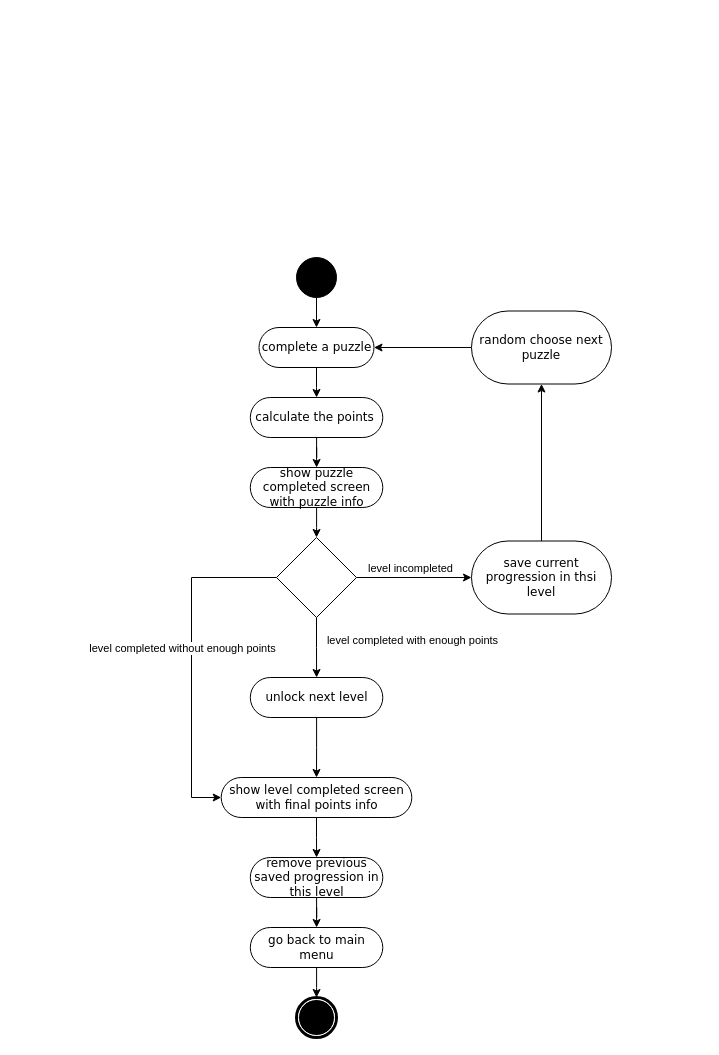
Before: play process.drawio in maxinimize/uml, a draw.io diagram. Source tidied: cells renumbered, new cells numbered last; positions are measured from the earlier drawing's top-left corner, leaving out a move shared by most shapes. Both pictures are drawn from the tidied source at 100%, with x=0, y=0 at pixel (191, 257).
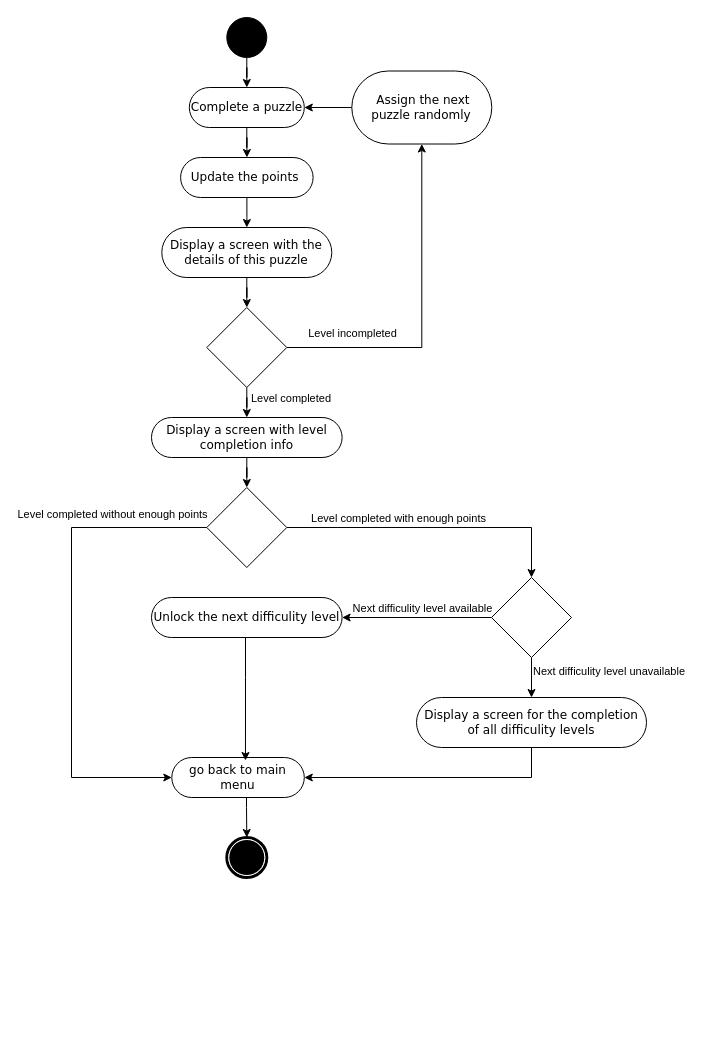
After the change.

The edit, as a diff of the source:
```diff
@@
-    <mxCell id="3" value="calculate the points&amp;nbsp;" style="rounded=1;whiteSpace=wrap;html=1;shadow=0;comic=0;labelBackgroundColor=none;strokeWidth=1;fontFamily=Verdana;fontSize=12;align=center;arcSize=50;" parent="1" vertex="1">
-      <mxGeometry x="58.8" y="140" width="132.5" height="40" as="geometry" />
+    <mxCell id="3" value="Update the points&amp;nbsp;" style="rounded=1;whiteSpace=wrap;html=1;shadow=0;comic=0;labelBackgroundColor=none;strokeWidth=1;fontFamily=Verdana;fontSize=12;align=center;arcSize=50;" parent="1" vertex="1">
+      <mxGeometry x="-10.9" y="-100" width="132.5" height="40" as="geometry" />
     </mxCell>
@@
     <mxCell id="5" style="ellipse;whiteSpace=wrap;html=1;rounded=0;shadow=0;comic=0;labelBackgroundColor=none;strokeWidth=1;fillColor=#000000;fontFamily=Verdana;fontSize=12;align=center;" parent="1" vertex="1">
-      <mxGeometry x="105" width="40" height="40" as="geometry" />
+      <mxGeometry x="35.3" y="-240" width="40" height="40" as="geometry" />
     </mxCell>
     <mxCell id="6" style="shape=mxgraph.bpmn.shape;html=1;verticalLabelPosition=bottom;labelBackgroundColor=#ffffff;verticalAlign=top;perimeter=ellipsePerimeter;outline=end;symbol=terminate;rounded=0;shadow=0;comic=0;strokeWidth=1;fontFamily=Verdana;fontSize=12;align=center;" parent="1" vertex="1">
-      <mxGeometry x="105" y="740" width="40" height="40" as="geometry" />
+      <mxGeometry x="35.3" y="580" width="40" height="40" as="geometry" />
     </mxCell>
@@
-    <mxCell id="8" value="complete a puzzle" style="rounded=1;whiteSpace=wrap;html=1;shadow=0;comic=0;labelBackgroundColor=none;strokeWidth=1;fontFamily=Verdana;fontSize=12;align=center;arcSize=50;" parent="1" vertex="1">
-      <mxGeometry x="67.5" y="70" width="115" height="40" as="geometry" />
+    <mxCell id="8" value="Complete a puzzle" style="rounded=1;whiteSpace=wrap;html=1;shadow=0;comic=0;labelBackgroundColor=none;strokeWidth=1;fontFamily=Verdana;fontSize=12;align=center;arcSize=50;" parent="1" vertex="1">
+      <mxGeometry x="-2.2" y="-170" width="115" height="40" as="geometry" />
     </mxCell>
@@
-    <mxCell id="10" value="show puzzle completed screen with puzzle info" style="rounded=1;whiteSpace=wrap;html=1;shadow=0;comic=0;labelBackgroundColor=none;strokeWidth=1;fontFamily=Verdana;fontSize=12;align=center;arcSize=50;" parent="1" vertex="1">
-      <mxGeometry x="58.8" y="210" width="132.5" height="40" as="geometry" />
+    <mxCell id="10" value="Display a screen with the details of this puzzle" style="rounded=1;whiteSpace=wrap;html=1;shadow=0;comic=0;labelBackgroundColor=none;strokeWidth=1;fontFamily=Verdana;fontSize=12;align=center;arcSize=50;" parent="1" vertex="1">
+      <mxGeometry x="-29.7" y="-30" width="170" height="50" as="geometry" />
     </mxCell>
-    <mxCell id="11" style="edgeStyle=orthogonalEdgeStyle;rounded=0;jettySize=auto;html=1;" parent="1" edge="1" source="17" target="21">
+    <mxCell id="11" style="edgeStyle=orthogonalEdgeStyle;rounded=0;jettySize=auto;html=1;entryX=0.5;entryY=0;entryDx=0;entryDy=0;" parent="1" edge="1" source="17" target="19">
       <mxGeometry relative="1" as="geometry" />
     </mxCell>
-    <mxCell id="12" value="level completed with enough points" style="edgeLabel;html=1;align=center;verticalAlign=middle;" parent="11" vertex="1">
+    <mxCell id="12" value="Level completed&amp;nbsp;" style="edgeLabel;html=1;align=center;verticalAlign=middle;" parent="11" vertex="1">
       <mxGeometry x="-0.28" relative="1" as="geometry">
-        <mxPoint x="95" as="offset" />
+        <mxPoint x="45" y="-8" as="offset" />
       </mxGeometry>
     </mxCell>
-    <mxCell id="13" style="edgeStyle=orthogonalEdgeStyle;rounded=0;jettySize=auto;html=1;entryX=0;entryY=0.5;entryDx=0;entryDy=0;" parent="1" edge="1" source="17" target="19">
-      <mxGeometry relative="1" as="geometry">
-        <Array as="points">
-          <mxPoint y="320" />
-          <mxPoint y="540" />
-        </Array>
-      </mxGeometry>
-    </mxCell>
-    <mxCell id="14" value="level completed without enough points" style="edgeLabel;html=1;align=center;verticalAlign=middle;" parent="13" vertex="1">
-      <mxGeometry x="-0.15" y="-1" relative="1" as="geometry">
-        <mxPoint x="-9" y="13" as="offset" />
-      </mxGeometry>
-    </mxCell>
-    <mxCell id="15" style="edgeStyle=orthogonalEdgeStyle;rounded=0;jettySize=auto;html=1;" parent="1" edge="1" source="17" target="23">
+    <mxCell id="15" style="edgeStyle=orthogonalEdgeStyle;rounded=0;jettySize=auto;html=1;entryX=0.5;entryY=1;entryDx=0;entryDy=0;" parent="1" edge="1" source="17" target="25">
       <mxGeometry relative="1" as="geometry" />
     </mxCell>
-    <mxCell id="16" value="level incompleted" style="edgeLabel;html=1;align=center;verticalAlign=middle;" parent="15" vertex="1">
+    <mxCell id="16" value="Level incompleted" style="edgeLabel;html=1;align=center;verticalAlign=middle;" parent="15" vertex="1">
       <mxGeometry x="-0.07" y="1" relative="1" as="geometry">
-        <mxPoint y="-9" as="offset" />
+        <mxPoint x="-69" y="7" as="offset" />
       </mxGeometry>
     </mxCell>
     <mxCell id="17" style="rhombus;whiteSpace=wrap;html=1;" parent="1" vertex="1">
-      <mxGeometry x="85" y="280" width="80" height="80" as="geometry" />
+      <mxGeometry x="15.3" y="50" width="80" height="80" as="geometry" />
     </mxCell>
-    <mxCell id="18" style="edgeStyle=orthogonalEdgeStyle;rounded=0;jettySize=auto;html=1;" parent="1" edge="1" source="19" target="27">
-      <mxGeometry relative="1" as="geometry" />
-    </mxCell>
+    <mxCell id="30" style="edgeStyle=orthogonalEdgeStyle;rounded=0;jettySize=auto;html=1;" parent="1" edge="1" source="19" target="35">
+      <mxGeometry relative="1" as="geometry" />
+    </mxCell>
-    <mxCell id="19" value="show level completed screen with final points info" style="rounded=1;whiteSpace=wrap;html=1;shadow=0;comic=0;labelBackgroundColor=none;strokeWidth=1;fontFamily=Verdana;fontSize=12;align=center;arcSize=50;" parent="1" vertex="1">
-      <mxGeometry x="29.7" y="520" width="190.6" height="40" as="geometry" />
+    <mxCell id="19" value="Display a screen with level completion info" style="rounded=1;whiteSpace=wrap;html=1;shadow=0;comic=0;labelBackgroundColor=none;strokeWidth=1;fontFamily=Verdana;fontSize=12;align=center;arcSize=50;" parent="1" vertex="1">
+      <mxGeometry x="-40" y="160" width="190.6" height="40" as="geometry" />
     </mxCell>
-    <mxCell id="20" style="edgeStyle=orthogonalEdgeStyle;rounded=0;jettySize=auto;html=1;" parent="1" edge="1" source="21" target="19">
-      <mxGeometry relative="1" as="geometry" />
-    </mxCell>
-    <mxCell id="21" value="unlock next level" style="rounded=1;whiteSpace=wrap;html=1;shadow=0;comic=0;labelBackgroundColor=none;strokeWidth=1;fontFamily=Verdana;fontSize=12;align=center;arcSize=50;" parent="1" vertex="1">
-      <mxGeometry x="58.8" y="420" width="132.5" height="40" as="geometry" />
-    </mxCell>
-    <mxCell id="22" style="edgeStyle=orthogonalEdgeStyle;rounded=0;jettySize=auto;html=1;" parent="1" edge="1" source="23" target="25">
-      <mxGeometry relative="1" as="geometry" />
-    </mxCell>
-    <mxCell id="23" value="save current progression in thsi level" style="rounded=1;whiteSpace=wrap;html=1;shadow=0;comic=0;labelBackgroundColor=none;strokeWidth=1;fontFamily=Verdana;fontSize=12;align=center;arcSize=50;" parent="1" vertex="1">
-      <mxGeometry x="280" y="283.5" width="140" height="73" as="geometry" />
-    </mxCell>
@@
-    <mxCell id="25" value="random choose next puzzle" style="rounded=1;whiteSpace=wrap;html=1;shadow=0;comic=0;labelBackgroundColor=none;strokeWidth=1;fontFamily=Verdana;fontSize=12;align=center;arcSize=50;" parent="1" vertex="1">
-      <mxGeometry x="280" y="53.5" width="140" height="73" as="geometry" />
+    <mxCell id="25" value="&amp;nbsp;Assign the next puzzle randomly" style="rounded=1;whiteSpace=wrap;html=1;shadow=0;comic=0;labelBackgroundColor=none;strokeWidth=1;fontFamily=Verdana;fontSize=12;align=center;arcSize=50;" parent="1" vertex="1">
+      <mxGeometry x="160.3" y="-186.5" width="140" height="73" as="geometry" />
     </mxCell>
-    <mxCell id="26" style="edgeStyle=orthogonalEdgeStyle;rounded=0;jettySize=auto;html=1;" parent="1" edge="1" source="27" target="29">
-      <mxGeometry relative="1" as="geometry" />
-    </mxCell>
-    <mxCell id="27" value="remove previous saved progression in this level" style="rounded=1;whiteSpace=wrap;html=1;shadow=0;comic=0;labelBackgroundColor=none;strokeWidth=1;fontFamily=Verdana;fontSize=12;align=center;arcSize=50;" parent="1" vertex="1">
-      <mxGeometry x="58.8" y="600" width="132.5" height="40" as="geometry" />
-    </mxCell>
     <mxCell id="28" style="edgeStyle=orthogonalEdgeStyle;rounded=0;jettySize=auto;html=1;" parent="1" edge="1" source="29" target="6">
-      <mxGeometry relative="1" as="geometry" />
+      <mxGeometry relative="1" as="geometry">
+        <Array as="points">
+          <mxPoint x="55" y="550" />
+          <mxPoint x="55" y="550" />
+        </Array>
+      </mxGeometry>
     </mxCell>
     <mxCell id="29" value="go back to main menu" style="rounded=1;whiteSpace=wrap;html=1;shadow=0;comic=0;labelBackgroundColor=none;strokeWidth=1;fontFamily=Verdana;fontSize=12;align=center;arcSize=50;" parent="1" vertex="1">
-      <mxGeometry x="58.8" y="670" width="132.5" height="40" as="geometry" />
+      <mxGeometry x="-19.7" y="500" width="132.5" height="40" as="geometry" />
     </mxCell>
+    <mxCell id="31" style="edgeStyle=orthogonalEdgeStyle;rounded=0;jettySize=auto;html=1;entryX=0.5;entryY=0;entryDx=0;entryDy=0;" parent="1" edge="1" source="35" target="39">
+      <mxGeometry relative="1" as="geometry" />
+    </mxCell>
+    <mxCell id="32" value="Level completed with enough points" style="edgeLabel;html=1;align=center;verticalAlign=middle;" parent="31" vertex="1">
+      <mxGeometry x="-0.5" y="1" relative="1" as="geometry">
+        <mxPoint x="37" y="-9" as="offset" />
+      </mxGeometry>
+    </mxCell>
+    <mxCell id="33" style="edgeStyle=orthogonalEdgeStyle;rounded=0;jettySize=auto;html=1;entryX=0;entryY=0.5;entryDx=0;entryDy=0;" parent="1" edge="1" source="35" target="29">
+      <mxGeometry relative="1" as="geometry">
+        <Array as="points">
+          <mxPoint x="-120" y="270" />
+          <mxPoint x="-120" y="520" />
+        </Array>
+      </mxGeometry>
+    </mxCell>
+    <mxCell id="34" value="Level completed without enough points" style="edgeLabel;html=1;align=center;verticalAlign=middle;" parent="33" vertex="1">
+      <mxGeometry x="-0.07" y="-4" relative="1" as="geometry">
+        <mxPoint x="44" y="-104" as="offset" />
+      </mxGeometry>
+    </mxCell>
+    <mxCell id="35" style="rhombus;whiteSpace=wrap;html=1;" parent="1" vertex="1">
+      <mxGeometry x="15.3" y="230" width="80" height="80" as="geometry" />
+    </mxCell>
+    <mxCell id="36" style="edgeStyle=orthogonalEdgeStyle;rounded=0;jettySize=auto;html=1;" parent="1" edge="1" source="39" target="41">
+      <mxGeometry relative="1" as="geometry" />
+    </mxCell>
+    <mxCell id="37" value="Next difficulity level available" style="edgeLabel;html=1;align=center;verticalAlign=middle;" parent="36" vertex="1">
+      <mxGeometry x="0.26" y="1" relative="1" as="geometry">
+        <mxPoint x="24" y="-11" as="offset" />
+      </mxGeometry>
+    </mxCell>
+    <mxCell id="38" style="edgeStyle=orthogonalEdgeStyle;rounded=0;jettySize=auto;html=1;" parent="1" edge="1" source="39" target="43">
+      <mxGeometry relative="1" as="geometry" />
+    </mxCell>
+    <mxCell id="39" style="rhombus;whiteSpace=wrap;html=1;" parent="1" vertex="1">
+      <mxGeometry x="300" y="320" width="80" height="80" as="geometry" />
+    </mxCell>
+    <mxCell id="40" style="edgeStyle=orthogonalEdgeStyle;rounded=0;jettySize=auto;html=1;entryX=0.556;entryY=0.075;entryDx=0;entryDy=0;entryPerimeter=0;" parent="1" edge="1" source="41" target="29">
+      <mxGeometry relative="1" as="geometry">
+        <Array as="points">
+          <mxPoint x="54" y="420" />
+          <mxPoint x="54" y="420" />
+        </Array>
+      </mxGeometry>
+    </mxCell>
+    <mxCell id="41" value="Unlock the next difficulity level" style="rounded=1;whiteSpace=wrap;html=1;shadow=0;comic=0;labelBackgroundColor=none;strokeWidth=1;fontFamily=Verdana;fontSize=12;align=center;arcSize=50;" parent="1" vertex="1">
+      <mxGeometry x="-40" y="340" width="190.6" height="40" as="geometry" />
+    </mxCell>
+    <mxCell id="42" style="edgeStyle=orthogonalEdgeStyle;rounded=0;jettySize=auto;html=1;entryX=1;entryY=0.5;entryDx=0;entryDy=0;exitX=0.5;exitY=1;exitDx=0;exitDy=0;" parent="1" edge="1" source="43" target="29">
+      <mxGeometry relative="1" as="geometry" />
+    </mxCell>
+    <mxCell id="43" value="Display a screen for the completion of all difficulity levels" style="rounded=1;whiteSpace=wrap;html=1;shadow=0;comic=0;labelBackgroundColor=none;strokeWidth=1;fontFamily=Verdana;fontSize=12;align=center;arcSize=50;" parent="1" vertex="1">
+      <mxGeometry x="225" y="440" width="230" height="50" as="geometry" />
+    </mxCell>
+    <mxCell id="44" value="&lt;span style=&quot;color: rgb(0, 0, 0); font-family: Helvetica; font-size: 11px; font-style: normal; font-variant-ligatures: normal; font-variant-caps: normal; font-weight: 400; letter-spacing: normal; orphans: 2; text-align: center; text-indent: 0px; text-transform: none; widows: 2; word-spacing: 0px; -webkit-text-stroke-width: 0px; background-color: rgb(255, 255, 255); text-decoration-thickness: initial; text-decoration-style: initial; text-decoration-color: initial; float: none; display: inline !important;&quot;&gt;Next difficulity level unavailable&lt;/span&gt;" style="text;whiteSpace=wrap;html=1;" parent="1" vertex="1">
+      <mxGeometry x="340" y="400" width="170" height="40" as="geometry" />
+    </mxCell>
```
